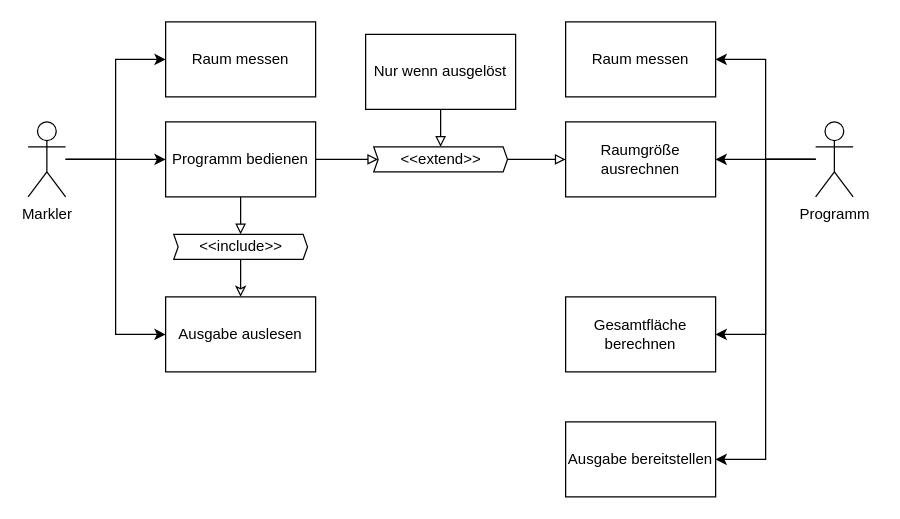
MilanHoesls/draw.io keeps this draw.io diagram as UseCase.drawio. Above is the earlier version. Source tidied: cells renumbered, new cells numbered last; positions are measured from the earlier drawing's top-left corner, leaving out a move shared by most shapes. Both pictures are drawn from the tidied source at 125%, with x=0, y=0 at pixel (28, 21).
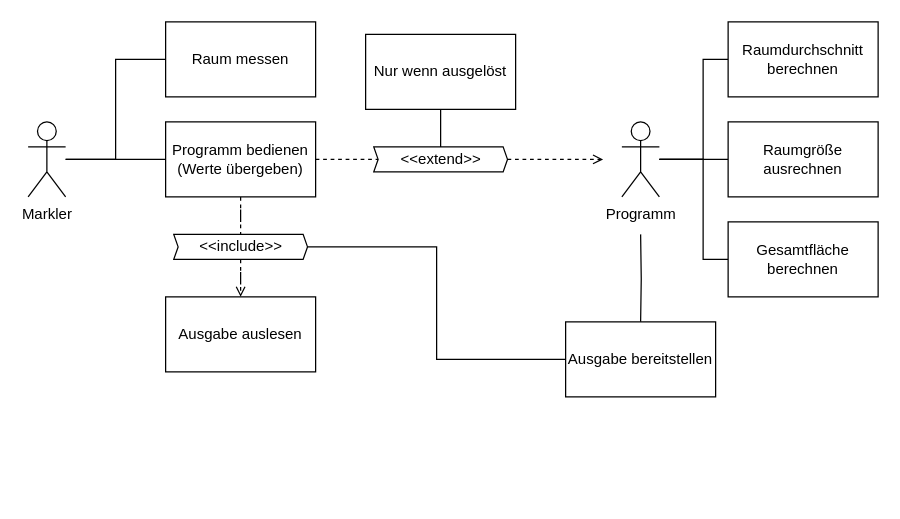
Above is the later version.

The change refers to these unchanged cells:
```xml
<mxCell id="5" value="&lt;div&gt;Markler&lt;/div&gt;" style="shape=umlActor;verticalLabelPosition=bottom;verticalAlign=top;html=1;outlineConnect=0;" parent="1" vertex="1">
  <mxGeometry y="80" width="30" height="60" as="geometry" />
</mxCell>
<mxCell id="6" value="Raum messen" style="whiteSpace=wrap;html=1;verticalAlign=middle;glass=0;shadow=0;rounded=0;" parent="1" vertex="1">
  <mxGeometry x="110" width="120" height="60" as="geometry" />
</mxCell>
<mxCell id="10" value="Ausgabe auslesen" style="whiteSpace=wrap;html=1;verticalAlign=middle;glass=0;shadow=0;rounded=0;" parent="1" vertex="1">
  <mxGeometry x="110" y="220" width="120" height="60" as="geometry" />
</mxCell>
<mxCell id="21" value="Nur wenn ausgelöst" style="whiteSpace=wrap;html=1;verticalAlign=middle;glass=0;shadow=0;rounded=0;" parent="1" vertex="1">
  <mxGeometry x="270" y="10" width="120" height="60" as="geometry" />
</mxCell>
<mxCell id="23" value="&amp;lt;&amp;lt;extend&amp;gt;&amp;gt;" style="shape=step;perimeter=stepPerimeter;whiteSpace=wrap;html=1;fixedSize=1;size=3.5;" parent="1" vertex="1">
  <mxGeometry x="276.5" y="100" width="107" height="20" as="geometry" />
</mxCell>
<mxCell id="25" value="&amp;lt;&amp;lt;include&amp;gt;&amp;gt;" style="shape=step;perimeter=stepPerimeter;whiteSpace=wrap;html=1;fixedSize=1;size=3.5;" parent="1" vertex="1">
  <mxGeometry x="116.5" y="170" width="107" height="20" as="geometry" />
</mxCell>
```

What changed in the source:
```diff
@@
-<mxGraphModel>
+<mxGraphModel background="#FFFFFF">
@@
-    <mxCell id="2" style="edgeStyle=orthogonalEdgeStyle;rounded=0;jettySize=auto;html=1;" parent="1" edge="1" source="5" target="6">
+    <mxCell id="2" style="edgeStyle=orthogonalEdgeStyle;rounded=0;jettySize=auto;html=1;endArrow=none;endFill=0;" parent="1" edge="1" source="5" target="6">
       <mxGeometry relative="1" as="geometry">
         <Array as="points">
           <mxPoint x="70" y="110" />
           <mxPoint x="70" y="30" />
         </Array>
       </mxGeometry>
     </mxCell>
-    <mxCell id="3" style="edgeStyle=orthogonalEdgeStyle;rounded=0;jettySize=auto;html=1;entryX=0;entryY=0.5;entryDx=0;entryDy=0;" parent="1" edge="1" source="5" target="9">
+    <mxCell id="3" style="edgeStyle=orthogonalEdgeStyle;rounded=0;jettySize=auto;html=1;entryX=0;entryY=0.5;entryDx=0;entryDy=0;endArrow=none;endFill=0;" parent="1" edge="1" source="5" target="9">
       <mxGeometry relative="1" as="geometry" />
     </mxCell>
-    <mxCell id="4" style="edgeStyle=orthogonalEdgeStyle;rounded=0;jettySize=auto;html=1;entryX=0;entryY=0.5;entryDx=0;entryDy=0;" parent="1" edge="1" source="5" target="10">
-      <mxGeometry relative="1" as="geometry">
-        <Array as="points">
-          <mxPoint x="70" y="110" />
-          <mxPoint x="70" y="250" />
-        </Array>
-      </mxGeometry>
-    </mxCell>
@@
-    <mxCell id="7" style="edgeStyle=orthogonalEdgeStyle;rounded=0;jettySize=auto;html=1;entryX=0.5;entryY=0;entryDx=0;entryDy=0;endArrow=block;endFill=0;" parent="1" edge="1" source="9" target="25">
+    <mxCell id="7" style="edgeStyle=orthogonalEdgeStyle;rounded=0;jettySize=auto;html=1;entryX=0.5;entryY=0;entryDx=0;entryDy=0;endArrow=none;endFill=0;dashed=1;" parent="1" edge="1" source="9" target="25">
       <mxGeometry relative="1" as="geometry" />
     </mxCell>
-    <mxCell id="8" style="edgeStyle=orthogonalEdgeStyle;rounded=0;jettySize=auto;html=1;entryX=0;entryY=0.5;entryDx=0;entryDy=0;endArrow=block;endFill=0;" parent="1" edge="1" source="9" target="23">
+    <mxCell id="8" style="edgeStyle=orthogonalEdgeStyle;rounded=0;jettySize=auto;html=1;entryX=0;entryY=0.5;entryDx=0;entryDy=0;endArrow=none;endFill=0;dashed=1;" parent="1" edge="1" source="9" target="23">
       <mxGeometry relative="1" as="geometry" />
     </mxCell>
-    <mxCell id="9" value="Programm bedienen" style="whiteSpace=wrap;html=1;verticalAlign=middle;glass=0;shadow=0;rounded=0;" parent="1" vertex="1">
+    <mxCell id="9" value="&lt;div&gt;Programm bedienen&lt;/div&gt;&lt;div&gt;(Werte übergeben)&lt;/div&gt;" style="whiteSpace=wrap;html=1;verticalAlign=middle;glass=0;shadow=0;rounded=0;" parent="1" vertex="1">
       <mxGeometry x="110" y="80" width="120" height="60" as="geometry" />
     </mxCell>
@@
-    <mxCell id="11" style="edgeStyle=orthogonalEdgeStyle;rounded=0;jettySize=auto;html=1;entryX=1;entryY=0.5;entryDx=0;entryDy=0;" parent="1" edge="1" source="15" target="16">
-      <mxGeometry relative="1" as="geometry" />
+    <mxCell id="11" style="edgeStyle=orthogonalEdgeStyle;rounded=0;jettySize=auto;html=1;entryX=0;entryY=0.5;entryDx=0;entryDy=0;endArrow=none;endFill=0;" parent="1" edge="1" source="15" target="16">
+      <mxGeometry relative="1" as="geometry">
+        <Array as="points">
+          <mxPoint x="540" y="110" />
+          <mxPoint x="540" y="30" />
+        </Array>
+      </mxGeometry>
     </mxCell>
-    <mxCell id="12" style="edgeStyle=orthogonalEdgeStyle;rounded=0;jettySize=auto;html=1;entryX=1;entryY=0.5;entryDx=0;entryDy=0;" parent="1" edge="1" source="15" target="17">
+    <mxCell id="12" style="edgeStyle=orthogonalEdgeStyle;rounded=0;jettySize=auto;html=1;entryX=0;entryY=0.5;entryDx=0;entryDy=0;endArrow=none;endFill=0;" parent="1" edge="1" source="15" target="17">
       <mxGeometry relative="1" as="geometry" />
     </mxCell>
-    <mxCell id="13" style="edgeStyle=orthogonalEdgeStyle;rounded=0;jettySize=auto;html=1;entryX=1;entryY=0.5;entryDx=0;entryDy=0;" parent="1" edge="1" source="15" target="18">
-      <mxGeometry relative="1" as="geometry" />
+    <mxCell id="13" style="edgeStyle=orthogonalEdgeStyle;rounded=0;jettySize=auto;html=1;entryX=0;entryY=0.5;entryDx=0;entryDy=0;endArrow=none;endFill=0;" parent="1" edge="1" source="15" target="18">
+      <mxGeometry relative="1" as="geometry">
+        <Array as="points">
+          <mxPoint x="540" y="110" />
+          <mxPoint x="540" y="190" />
+        </Array>
+      </mxGeometry>
     </mxCell>
-    <mxCell id="14" style="edgeStyle=orthogonalEdgeStyle;rounded=0;jettySize=auto;html=1;entryX=1;entryY=0.5;entryDx=0;entryDy=0;" parent="1" edge="1" source="15" target="19">
-      <mxGeometry relative="1" as="geometry" />
+    <mxCell id="14" style="edgeStyle=orthogonalEdgeStyle;rounded=0;jettySize=auto;html=1;entryX=0.5;entryY=0;entryDx=0;entryDy=0;endArrow=none;endFill=0;" parent="1" edge="1" target="19">
+      <mxGeometry relative="1" as="geometry">
+        <mxPoint x="490" y="170" as="sourcePoint" />
+      </mxGeometry>
     </mxCell>
     <mxCell id="15" value="Programm" style="shape=umlActor;verticalLabelPosition=bottom;verticalAlign=top;html=1;outlineConnect=0;" parent="1" vertex="1">
-      <mxGeometry x="630" y="80" width="30" height="60" as="geometry" />
+      <mxGeometry x="475" y="80" width="30" height="60" as="geometry" />
     </mxCell>
-    <mxCell id="16" value="Raum messen" style="whiteSpace=wrap;html=1;verticalAlign=middle;glass=0;shadow=0;rounded=0;" parent="1" vertex="1">
-      <mxGeometry x="430" width="120" height="60" as="geometry" />
+    <mxCell id="16" value="&lt;div&gt;Raumdurchschnitt&lt;/div&gt;&lt;div&gt;berechnen&lt;/div&gt;" style="whiteSpace=wrap;html=1;verticalAlign=middle;glass=0;shadow=0;rounded=0;" parent="1" vertex="1">
+      <mxGeometry x="560" width="120" height="60" as="geometry" />
     </mxCell>
     <mxCell id="17" value="Raumgröße ausrechnen" style="whiteSpace=wrap;html=1;verticalAlign=middle;glass=0;shadow=0;rounded=0;" parent="1" vertex="1">
-      <mxGeometry x="430" y="80" width="120" height="60" as="geometry" />
+      <mxGeometry x="560" y="80" width="120" height="60" as="geometry" />
     </mxCell>
     <mxCell id="18" value="Gesamtfläche berechnen" style="whiteSpace=wrap;html=1;verticalAlign=middle;glass=0;shadow=0;rounded=0;" parent="1" vertex="1">
-      <mxGeometry x="430" y="220" width="120" height="60" as="geometry" />
+      <mxGeometry x="560" y="160" width="120" height="60" as="geometry" />
     </mxCell>
+    <mxCell id="26" style="edgeStyle=orthogonalEdgeStyle;rounded=0;jettySize=auto;html=1;entryX=1;entryY=0.5;entryDx=0;entryDy=0;endArrow=none;endFill=0;" parent="1" edge="1" source="19" target="25">
+      <mxGeometry relative="1" as="geometry" />
+    </mxCell>
     <mxCell id="19" value="Ausgabe bereitstellen" style="whiteSpace=wrap;html=1;verticalAlign=middle;glass=0;shadow=0;rounded=0;" parent="1" vertex="1">
-      <mxGeometry x="430" y="320" width="120" height="60" as="geometry" />
+      <mxGeometry x="430" y="240" width="120" height="60" as="geometry" />
     </mxCell>
-    <mxCell id="20" style="edgeStyle=orthogonalEdgeStyle;rounded=0;jettySize=auto;html=1;entryX=0.5;entryY=0;entryDx=0;entryDy=0;endArrow=block;endFill=0;" parent="1" edge="1" source="21" target="23">
+    <mxCell id="20" style="edgeStyle=orthogonalEdgeStyle;rounded=0;jettySize=auto;html=1;entryX=0.5;entryY=0;entryDx=0;entryDy=0;endArrow=none;endFill=0;" parent="1" edge="1" source="21" target="23">
       <mxGeometry relative="1" as="geometry" />
     </mxCell>
@@
-    <mxCell id="22" style="edgeStyle=orthogonalEdgeStyle;rounded=0;jettySize=auto;html=1;exitX=1;exitY=0.5;exitDx=0;exitDy=0;entryX=0;entryY=0.5;entryDx=0;entryDy=0;endArrow=block;endFill=0;" parent="1" edge="1" source="23" target="17">
-      <mxGeometry relative="1" as="geometry" />
+    <mxCell id="22" style="edgeStyle=orthogonalEdgeStyle;rounded=0;jettySize=auto;html=1;exitX=1;exitY=0.5;exitDx=0;exitDy=0;endArrow=open;endFill=0;dashed=1;" parent="1" edge="1" source="23">
+      <mxGeometry relative="1" as="geometry">
+        <mxPoint x="460" y="110" as="targetPoint" />
+      </mxGeometry>
     </mxCell>
@@
-    <mxCell id="24" style="edgeStyle=orthogonalEdgeStyle;rounded=0;jettySize=auto;html=1;entryX=0.5;entryY=0;entryDx=0;entryDy=0;endArrow=classic;endFill=0;" parent="1" edge="1" source="25" target="10">
+    <mxCell id="24" style="edgeStyle=orthogonalEdgeStyle;rounded=0;jettySize=auto;html=1;entryX=0.5;entryY=0;entryDx=0;entryDy=0;endArrow=open;endFill=0;dashed=1;" parent="1" edge="1" source="25" target="10">
       <mxGeometry relative="1" as="geometry" />
     </mxCell>
```
